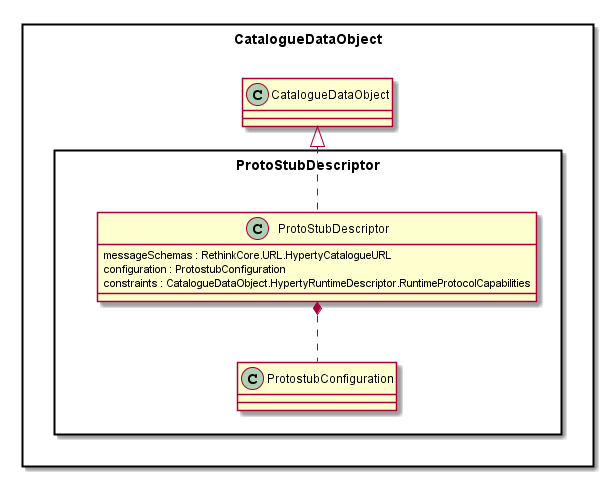
Above: docs/datamodel/Protostub-Descriptor-Data-Object-Model.png in reTHINK-project/dev-service-framework (PlantUML), before the change.
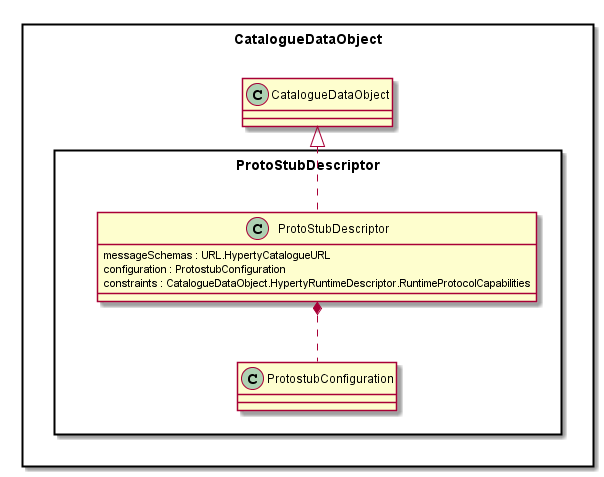
The same diagram one commit later.

Change to the diagram source:
```diff
@@ -5,7 +5,7 @@
 package ProtoStubDescriptor <<Rect>> {
 
 	class ProtoStubDescriptor {
-		messageSchemas : RethinkCore.URL.HypertyCatalogueURL
+		messageSchemas : URL.HypertyCatalogueURL
 		configuration : ProtostubConfiguration
 		constraints : CatalogueDataObject.HypertyRuntimeDescriptor.RuntimeProtocolCapabilities
 	}
```
